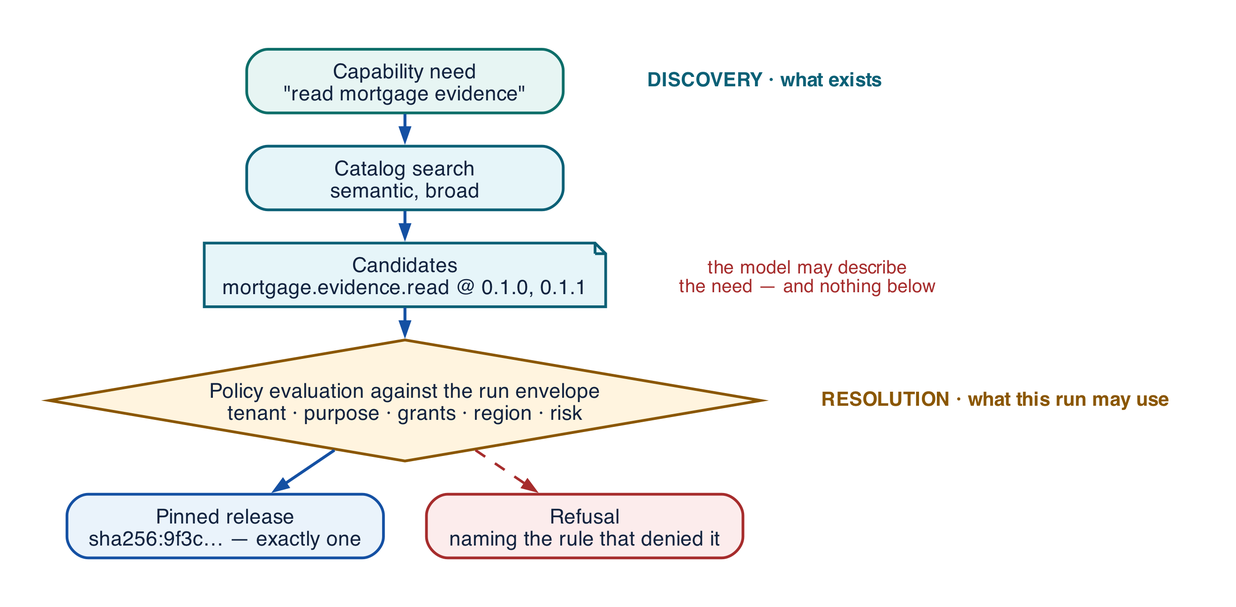
Earlier version of the Graphviz export assets/diagrams/skill-resolution.png (rrahimi-uci/building-enterprise-general-intelligence). Its source is kept beside it as assets/diagrams/src/skill-resolution.gv.
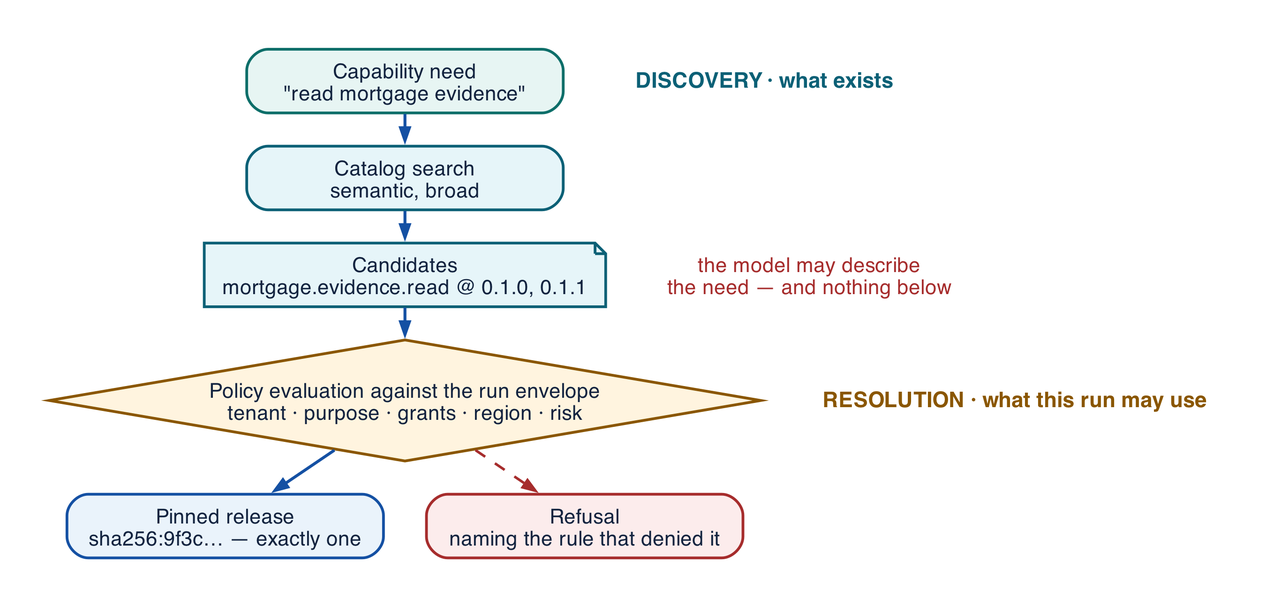
Later version of the same file.

What changed in the source:
```diff
@@ -15,10 +15,10 @@
   pin  [label="Pinned release\nsha256:9f3c… — exactly one", fillcolor="#EAF3FB", color="#1450A3"]
   no   [label="Refusal\nnaming the rule that denied it", fillcolor="#FCECEC", color="#A62C2C"]
 
-  d1 [label=<<B><FONT POINT-SIZE="10" COLOR="#0B6076">DISCOVERY &#183; what exists</FONT></B>>, shape=plaintext, style=""]
-  d2 [label=<<B><FONT POINT-SIZE="10" COLOR="#8A5600">RESOLUTION &#183; what this run may use</FONT></B>>, shape=plaintext, style=""]
+  d1 [label=<<B><FONT POINT-SIZE="11" COLOR="#0B6076">DISCOVERY &#183; what exists</FONT></B>>, shape=plaintext, style=""]
+  d2 [label=<<B><FONT POINT-SIZE="11" COLOR="#8A5600">RESOLUTION &#183; what this run may use</FONT></B>>, shape=plaintext, style=""]
   mr [label="the model may describe\nthe need — and nothing below", shape=plaintext,
-      style="", fontsize=9.5, fontcolor="#A62C2C"]
+      style="", fontsize=10.5, fontcolor="#A62C2C"]
 
   need -> cat -> cand -> pol -> pin
   pol -> no [color="#A62C2C", style=dashed, penwidth=1.3]
```
